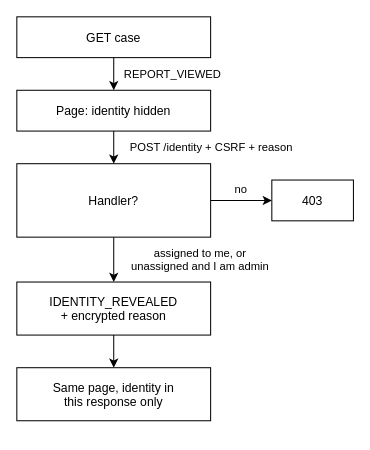
The draw.io diagram docs-tech/_diagrams/identity-reveal-handler.drawio in openwhistle/OpenWhistle, before the edit. Source tidied: cells renumbered, new cells numbered last; positions are measured from the earlier drawing's top-left corner, leaving out a move shared by most shapes. Both pictures are drawn from the tidied source at 102%, with x=0, y=0 at pixel (16, 16).
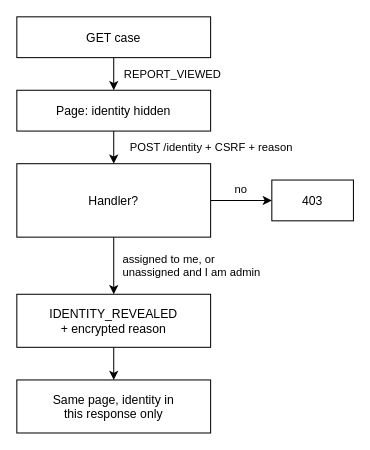
Above is the later version.

The edit, as a diff of the source:
```diff
@@
 <mxGraphModel>
   <root>
     <mxCell id="0" />
     <mxCell id="1" parent="0" />
     <mxCell id="2" value="GET case" style="ow:start;" parent="1" vertex="1">
       <mxGeometry width="190" height="40" as="geometry" />
     </mxCell>
     <mxCell id="3" value="Page: identity hidden" style="ow:step;" parent="1" vertex="1">
       <mxGeometry y="72" width="190" height="40" as="geometry" />
     </mxCell>
     <mxCell id="4" value="Handler?" style="ow:decision;" parent="1" vertex="1">
       <mxGeometry y="144" width="190" height="72" as="geometry" />
     </mxCell>
     <mxCell id="5" value="403" style="ow:result;" parent="1" vertex="1">
       <mxGeometry x="250" y="160" width="80" height="40" as="geometry" />
     </mxCell>
     <mxCell id="6" value="IDENTITY_REVEALED&#10;+ encrypted reason" style="ow:step;" parent="1" vertex="1">
-      <mxGeometry y="260" width="190" height="52" as="geometry" />
+      <mxGeometry y="272" width="190" height="52" as="geometry" />
     </mxCell>
     <mxCell id="7" value="Same page, identity in&#10;this response only" style="ow:end;" parent="1" vertex="1">
-      <mxGeometry y="344" width="190" height="52" as="geometry" />
+      <mxGeometry y="356" width="190" height="52" as="geometry" />
     </mxCell>
     <mxCell id="8" value="REPORT_VIEWED" style="ow:edge;" parent="1" edge="1" source="2" target="3">
       <mxGeometry relative="1" as="geometry">
         <mxPoint x="58" as="offset" />
       </mxGeometry>
     </mxCell>
     <mxCell id="9" value="POST /identity + CSRF + reason" style="ow:edge;entryX=0.5;entryY=0;entryDx=0;entryDy=0;" parent="1" edge="1" source="3" target="4">
       <mxGeometry relative="1" as="geometry">
         <mxPoint x="96" as="offset" />
       </mxGeometry>
     </mxCell>
-    <mxCell id="10" value="assigned to me, or&#10;unassigned and I am admin" style="ow:edge;exitX=0.5;exitY=1;exitDx=0;exitDy=0;" parent="1" edge="1" source="4" target="6">
+    <mxCell id="10" value="assigned to me, or&#10;unassigned and I am admin" style="ow:edge;exitX=0.5;exitY=1;exitDx=0;exitDy=0;align=left;" parent="1" edge="1" source="4" target="6">
       <mxGeometry relative="1" as="geometry">
-        <mxPoint x="85" as="offset" />
+        <mxPoint x="7" as="offset" />
       </mxGeometry>
     </mxCell>
     <mxCell id="11" value="no" style="ow:edge;exitX=1;exitY=0.5;exitDx=0;exitDy=0;entryX=0;entryY=0.5;entryDx=0;entryDy=0;" parent="1" edge="1" source="4" target="5">
       <mxGeometry relative="1" as="geometry">
         <mxPoint y="-11" as="offset" />
       </mxGeometry>
     </mxCell>
     <mxCell id="12" style="ow:edge;" parent="1" edge="1" source="6" target="7">
       <mxGeometry relative="1" as="geometry" />
     </mxCell>
   </root>
 </mxGraphModel>
```
